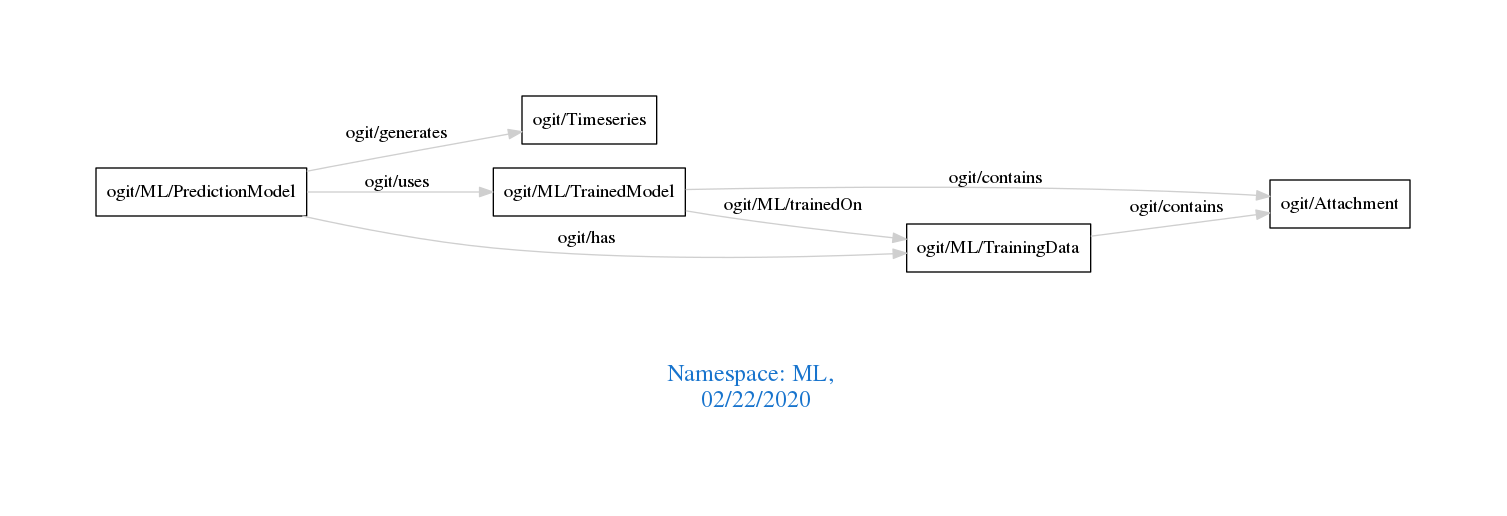
The Graphviz diagram downloads/ML.png in arago/OGIT, before a commit. Its source is kept beside it as downloads/ML.dot.
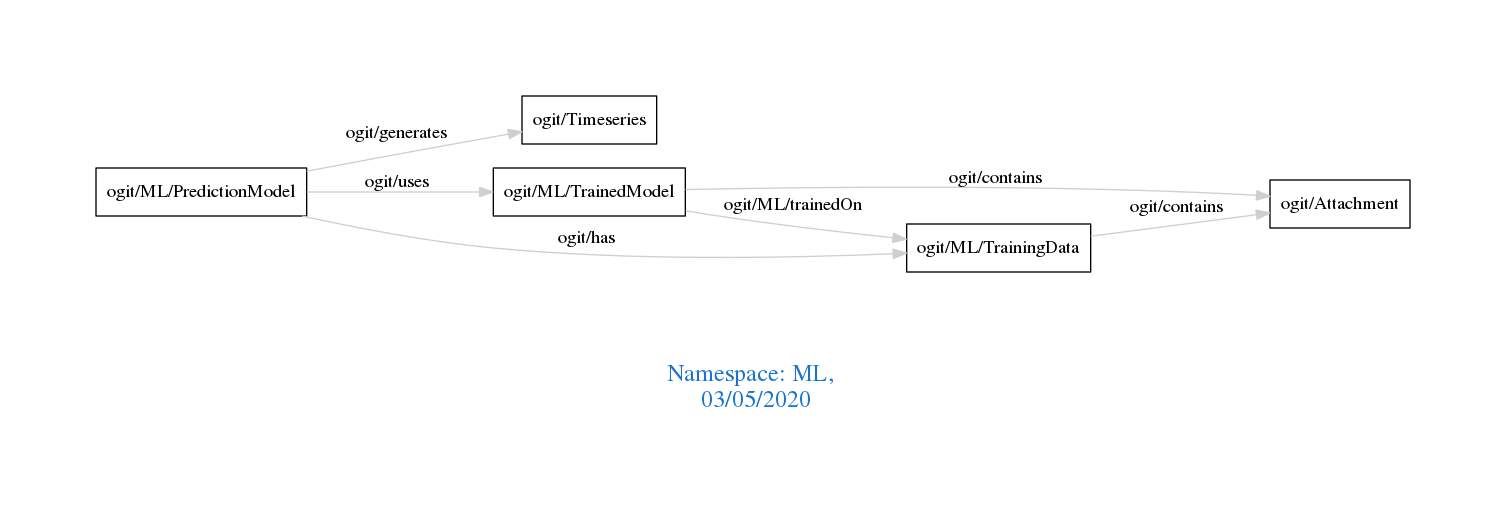
Above is the later version.

Change to the diagram source:
```diff
@@ -1,7 +1,7 @@
 digraph OGIT_ontology {
  graph [ rankdir= LR,pad=1
 fontsize = 18,
-fontcolor= dodgerblue3,label = "\n\n\nNamespace: ML, \n 02/22/2020"];
+fontcolor= dodgerblue3,label = "\n\n\nNamespace: ML, \n 03/05/2020"];
 node[shape=polygon];
 edge [  color="gray81"];
 
```
